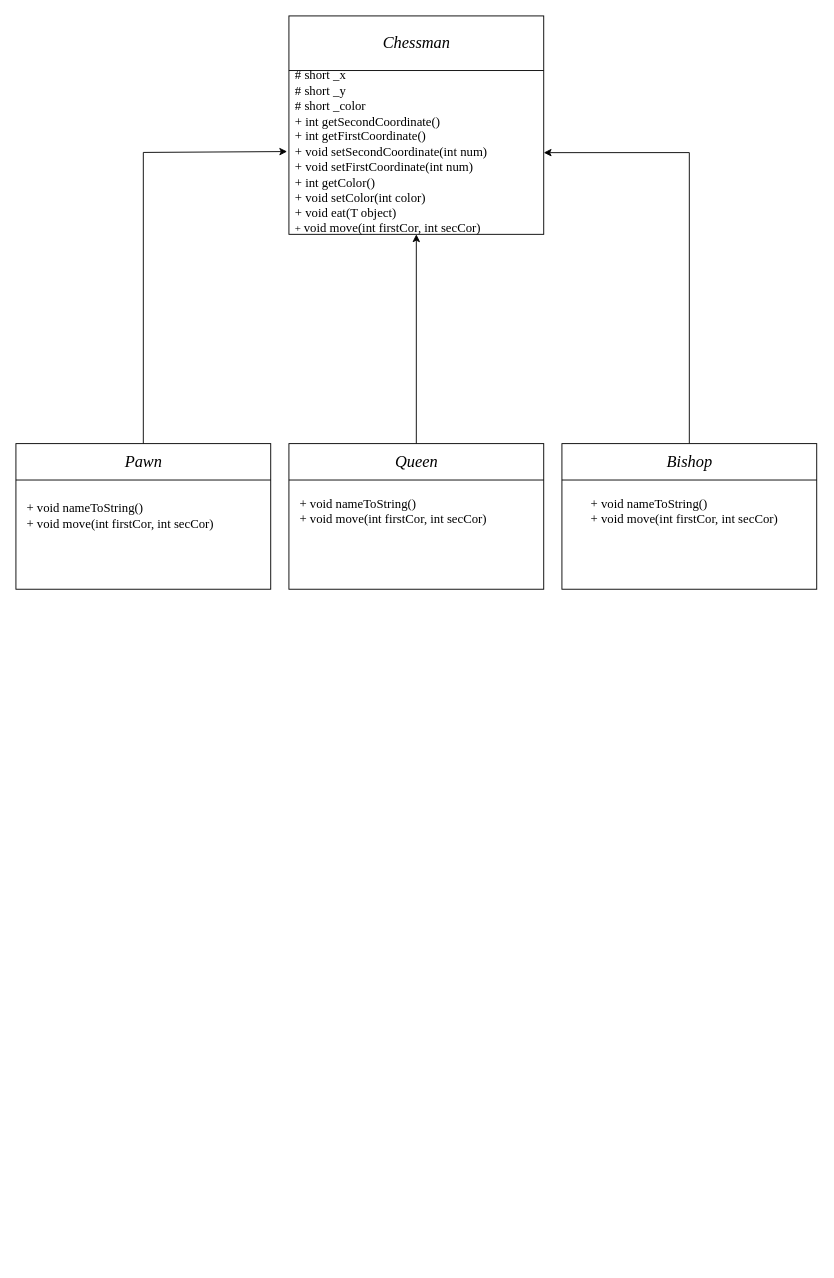
Earlier version of the draw.io diagram v3.drawio (KartoonYoko/Lab4). Source tidied: cells renumbered, new cells numbered last; positions are measured from the earlier drawing's top-left corner, leaving out a move shared by most shapes. Both pictures are drawn from the tidied source at 91%, with x=0, y=0 at pixel (15, 15).
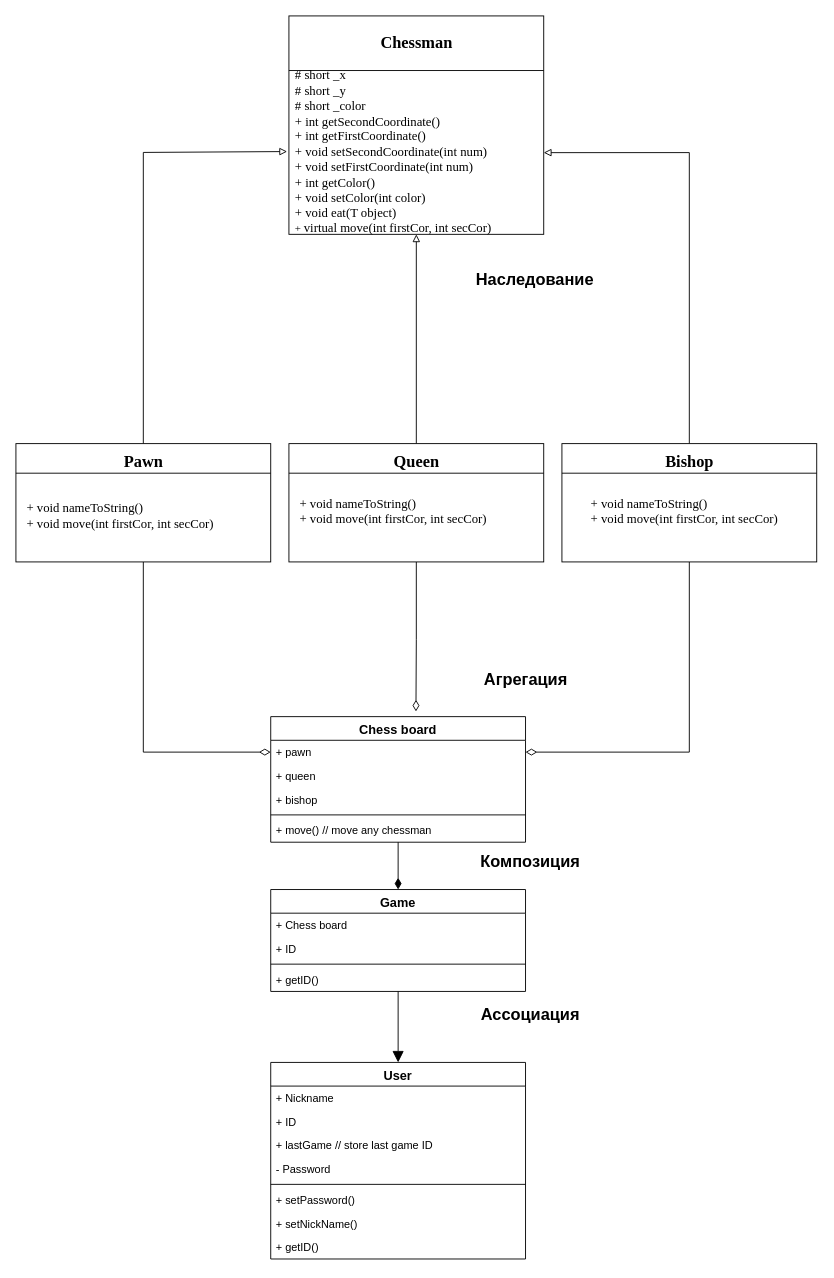
Above is the later version.

The change refers to these unchanged cells:
```xml
<mxCell id="4" style="rounded=0;whiteSpace=wrap;html=1;" parent="1" vertex="1">
  <mxGeometry x="300" width="280" height="240" as="geometry" />
</mxCell>
```

What changed in the source:
```diff
@@
-    <mxCell id="2" style="edgeStyle=orthogonalEdgeStyle;rounded=0;jettySize=auto;html=1;entryX=0.5;entryY=1;entryDx=0;entryDy=0;" parent="1" edge="1" source="3" target="4">
+    <mxCell id="2" style="edgeStyle=orthogonalEdgeStyle;rounded=0;jettySize=auto;html=1;entryX=0.5;entryY=1;entryDx=0;entryDy=0;endArrow=block;endFill=0;" parent="1" edge="1" source="3" target="4">
       <mxGeometry relative="1" as="geometry" />
     </mxCell>
+    <mxCell id="21" style="edgeStyle=orthogonalEdgeStyle;rounded=0;jettySize=auto;html=1;fontSize=14;entryX=0.57;entryY=-0.041;entryDx=0;entryDy=0;entryPerimeter=0;endArrow=diamondThin;endFill=0;endSize=10;" parent="1" edge="1" source="3" target="34">
+      <mxGeometry relative="1" as="geometry" />
+    </mxCell>
     <mxCell id="3" style="rounded=0;whiteSpace=wrap;html=1;" parent="1" vertex="1">
-      <mxGeometry x="300" y="470" width="280" height="160" as="geometry" />
+      <mxGeometry x="300" y="470" width="280" height="130" as="geometry" />
     </mxCell>
@@
-    <mxCell id="5" style="edgeStyle=orthogonalEdgeStyle;rounded=0;jettySize=auto;html=1;entryX=-0.007;entryY=0.621;entryDx=0;entryDy=0;entryPerimeter=0;" parent="1" edge="1" source="6" target="4">
+    <mxCell id="5" style="edgeStyle=orthogonalEdgeStyle;rounded=0;jettySize=auto;html=1;entryX=-0.007;entryY=0.621;entryDx=0;entryDy=0;entryPerimeter=0;endArrow=block;endFill=0;" parent="1" edge="1" source="6" target="4">
       <mxGeometry relative="1" as="geometry">
         <Array as="points">
           <mxPoint x="140" y="150" />
         </Array>
       </mxGeometry>
     </mxCell>
+    <mxCell id="22" style="edgeStyle=orthogonalEdgeStyle;rounded=0;jettySize=auto;html=1;fontSize=14;entryX=0;entryY=0.5;entryDx=0;entryDy=0;endArrow=diamondThin;endFill=0;endSize=10;" parent="1" edge="1" source="6" target="35">
+      <mxGeometry relative="1" as="geometry" />
+    </mxCell>
     <mxCell id="6" style="rounded=0;whiteSpace=wrap;html=1;" parent="1" vertex="1">
-      <mxGeometry y="470" width="280" height="160" as="geometry" />
+      <mxGeometry y="470" width="280" height="130" as="geometry" />
     </mxCell>
@@
-    <mxCell id="8" value="&lt;font style=&quot;font-size: 18px&quot; face=&quot;Times New Roman&quot;&gt;&lt;i&gt;Chessman&lt;/i&gt;&lt;/font&gt;" style="text;html=1;align=center;verticalAlign=middle;" parent="1" vertex="1">
+    <mxCell id="8" value="&lt;font style=&quot;font-size: 18px&quot; face=&quot;Times New Roman&quot;&gt;&lt;b&gt;Chessman&lt;/b&gt;&lt;/font&gt;" style="text;html=1;align=center;verticalAlign=middle;" parent="1" vertex="1">
       <mxGeometry x="395" y="20" width="90" height="20" as="geometry" />
     </mxCell>
-    <mxCell id="9" value="&lt;font style=&quot;font-size: 18px&quot; face=&quot;Times New Roman&quot;&gt;&lt;i&gt;Pawn&lt;/i&gt;&lt;/font&gt;" style="text;html=1;align=center;verticalAlign=middle;" parent="1" vertex="1">
+    <mxCell id="9" value="&lt;font style=&quot;font-size: 18px&quot; face=&quot;Times New Roman&quot;&gt;&lt;b&gt;Pawn&lt;/b&gt;&lt;/font&gt;" style="text;html=1;align=center;verticalAlign=middle;" parent="1" vertex="1">
       <mxGeometry x="110" y="480" width="60" height="20" as="geometry" />
     </mxCell>
-    <mxCell id="10" style="edgeStyle=orthogonalEdgeStyle;rounded=0;jettySize=auto;html=1;entryX=1;entryY=0.626;entryDx=0;entryDy=0;entryPerimeter=0;" parent="1" edge="1" source="11" target="4">
+    <mxCell id="10" style="edgeStyle=orthogonalEdgeStyle;rounded=0;jettySize=auto;html=1;entryX=1;entryY=0.626;entryDx=0;entryDy=0;entryPerimeter=0;endArrow=block;endFill=0;" parent="1" edge="1" source="11" target="4">
       <mxGeometry relative="1" as="geometry">
         <Array as="points">
           <mxPoint x="740" y="150" />
         </Array>
       </mxGeometry>
     </mxCell>
+    <mxCell id="23" style="edgeStyle=orthogonalEdgeStyle;rounded=0;jettySize=auto;html=1;fontSize=14;entryX=1;entryY=0.5;entryDx=0;entryDy=0;endArrow=diamondThin;endFill=0;endSize=10;" parent="1" edge="1" source="11" target="35">
+      <mxGeometry relative="1" as="geometry" />
+    </mxCell>
     <mxCell id="11" style="rounded=0;whiteSpace=wrap;html=1;" parent="1" vertex="1">
-      <mxGeometry x="600" y="470" width="280" height="160" as="geometry" />
+      <mxGeometry x="600" y="470" width="280" height="130" as="geometry" />
     </mxCell>
@@
-    <mxCell id="13" value="&lt;font style=&quot;font-size: 18px&quot; face=&quot;Times New Roman&quot;&gt;&lt;i&gt;Queen&lt;/i&gt;&lt;/font&gt;" style="text;html=1;align=center;verticalAlign=middle;" parent="1" vertex="1">
-      <mxGeometry x="410" y="480" width="60" height="20" as="geometry" />
+    <mxCell id="13" value="&lt;font style=&quot;font-size: 18px&quot; face=&quot;Times New Roman&quot;&gt;&lt;b&gt;Queen&lt;/b&gt;&lt;/font&gt;" style="text;html=1;align=center;verticalAlign=middle;" parent="1" vertex="1">
+      <mxGeometry x="405" y="480" width="70" height="20" as="geometry" />
     </mxCell>
@@
-    <mxCell id="15" value="&lt;i&gt;&lt;font face=&quot;Times New Roman&quot; style=&quot;font-size: 18px&quot;&gt;Bishop&lt;/font&gt;&lt;/i&gt;" style="text;html=1;align=center;verticalAlign=middle;" parent="1" vertex="1">
+    <mxCell id="15" value="&lt;font face=&quot;Times New Roman&quot; style=&quot;font-size: 18px&quot;&gt;&lt;b&gt;Bishop&lt;/b&gt;&lt;/font&gt;" style="text;html=1;align=center;verticalAlign=middle;" parent="1" vertex="1">
       <mxGeometry x="705" y="480" width="70" height="20" as="geometry" />
     </mxCell>
@@
-    <mxCell id="17" value="&lt;font style=&quot;font-size: 14px&quot; face=&quot;Times New Roman&quot;&gt;# short _x&lt;br&gt;# short _y&lt;br&gt;# short _color&lt;br&gt;+ int getSecondCoordinate()&lt;br&gt;+ int getFirstCoordinate()&lt;br&gt;+&amp;nbsp;&lt;/font&gt;&lt;span style=&quot;font-family: &amp;#34;times new roman&amp;#34; ; font-size: 14px&quot;&gt;void setSecondCoordinate(int num)&lt;/span&gt;&lt;br style=&quot;font-family: &amp;#34;times new roman&amp;#34; ; font-size: 14px&quot;&gt;&lt;span style=&quot;font-family: &amp;#34;times new roman&amp;#34; ; font-size: 14px&quot;&gt;+ void setFirstCoordinate(&lt;/span&gt;&lt;span style=&quot;font-family: &amp;#34;times new roman&amp;#34; ; font-size: 14px&quot;&gt;int num&lt;/span&gt;&lt;span style=&quot;font-family: &amp;#34;times new roman&amp;#34; ; font-size: 14px&quot;&gt;)&lt;br&gt;&lt;/span&gt;&lt;font face=&quot;Times New Roman&quot;&gt;&lt;font style=&quot;font-size: 14px&quot;&gt;+ int getColor()&lt;br&gt;+ void setColor(int color)&lt;br&gt;&lt;/font&gt;&lt;/font&gt;&lt;span style=&quot;font-family: &amp;#34;times new roman&amp;#34; ; font-size: 14px&quot;&gt;+ void eat(T object)&lt;br&gt;&lt;/span&gt;&lt;font face=&quot;Times New Roman&quot;&gt;+&amp;nbsp;&lt;/font&gt;&lt;span style=&quot;font-family: &amp;#34;times new roman&amp;#34; ; font-size: 14px&quot;&gt;void move(&lt;/span&gt;&lt;span style=&quot;font-family: &amp;#34;times new roman&amp;#34; ; font-size: 14px&quot;&gt;int firstCor, int secCor&lt;/span&gt;&lt;span style=&quot;font-family: &amp;#34;times new roman&amp;#34; ; font-size: 14px&quot;&gt;)&lt;/span&gt;&lt;font face=&quot;Times New Roman&quot;&gt;&lt;br&gt;&lt;/font&gt;" style="text;html=1;align=left;verticalAlign=middle;" parent="1" vertex="1">
+    <mxCell id="17" value="&lt;font face=&quot;Times New Roman&quot;&gt;&lt;font style=&quot;font-size: 14px&quot;&gt;# short _x&lt;br&gt;# short _y&lt;br&gt;# short _color&lt;br&gt;+ int getSecondCoordinate()&lt;br&gt;+ int getFirstCoordinate()&lt;br&gt;+&amp;nbsp;&lt;/font&gt;&lt;span style=&quot;font-size: 14px&quot;&gt;void setSecondCoordinate(int num)&lt;/span&gt;&lt;br style=&quot;font-size: 14px&quot;&gt;&lt;span style=&quot;font-size: 14px&quot;&gt;+ void setFirstCoordinate(&lt;/span&gt;&lt;span style=&quot;font-size: 14px&quot;&gt;int num&lt;/span&gt;&lt;span style=&quot;font-size: 14px&quot;&gt;)&lt;br&gt;&lt;/span&gt;&lt;font style=&quot;font-size: 14px&quot;&gt;+ int getColor()&lt;br&gt;+ void setColor(int color)&lt;br&gt;&lt;/font&gt;&lt;span style=&quot;font-size: 14px&quot;&gt;+ void eat(T object)&lt;br&gt;&lt;/span&gt;+&amp;nbsp;&lt;span style=&quot;font-size: 14px&quot;&gt;virtual move(&lt;/span&gt;&lt;span style=&quot;font-size: 14px&quot;&gt;int firstCor, int secCor&lt;/span&gt;&lt;span style=&quot;font-size: 14px&quot;&gt;)&lt;/span&gt;&lt;br&gt;&lt;/font&gt;" style="text;html=1;align=left;verticalAlign=middle;" parent="1" vertex="1">
       <mxGeometry x="305" y="70" width="230" height="160" as="geometry" />
     </mxCell>
@@
+    <mxCell id="24" value="User" style="swimlane;fontStyle=1;align=center;verticalAlign=top;horizontal=1;startSize=26;fontSize=14;" parent="1" vertex="1">
+      <mxGeometry x="280" y="1150" width="280" height="216" as="geometry" />
+    </mxCell>
+    <mxCell id="25" value="+ Nickname" style="text;strokeColor=none;fillColor=none;align=left;verticalAlign=top;spacingLeft=4;spacingRight=4;overflow=hidden;" parent="24" vertex="1">
+      <mxGeometry y="26" width="280" height="26" as="geometry" />
+    </mxCell>
+    <mxCell id="26" value="+ ID" style="text;strokeColor=none;fillColor=none;align=left;verticalAlign=top;spacingLeft=4;spacingRight=4;overflow=hidden;" parent="24" vertex="1">
+      <mxGeometry y="52" width="280" height="26" as="geometry" />
+    </mxCell>
+    <mxCell id="27" value="+ lastGame // store last game ID" style="text;strokeColor=none;fillColor=none;align=left;verticalAlign=top;spacingLeft=4;spacingRight=4;overflow=hidden;" parent="24" vertex="1">
+      <mxGeometry y="78" width="280" height="26" as="geometry" />
+    </mxCell>
+    <mxCell id="28" value="- Password" style="text;strokeColor=none;fillColor=none;align=left;verticalAlign=top;spacingLeft=4;spacingRight=4;overflow=hidden;" parent="24" vertex="1">
+      <mxGeometry y="104" width="280" height="26" as="geometry" />
+    </mxCell>
+    <mxCell id="29" style="line;strokeWidth=1;fillColor=none;align=left;verticalAlign=middle;spacingTop=-1;spacingLeft=3;spacingRight=3;labelPosition=right;" parent="24" vertex="1">
+      <mxGeometry y="130" width="280" height="8" as="geometry" />
+    </mxCell>
+    <mxCell id="30" value="+ setPassword()&#10;" style="text;strokeColor=none;fillColor=none;align=left;verticalAlign=top;spacingLeft=4;spacingRight=4;overflow=hidden;" parent="24" vertex="1">
+      <mxGeometry y="138" width="280" height="26" as="geometry" />
+    </mxCell>
+    <mxCell id="31" value="+ setNickName()" style="text;strokeColor=none;fillColor=none;align=left;verticalAlign=top;spacingLeft=4;spacingRight=4;overflow=hidden;" parent="24" vertex="1">
+      <mxGeometry y="164" width="280" height="26" as="geometry" />
+    </mxCell>
+    <mxCell id="32" value="+ getID()&#10;" style="text;strokeColor=none;fillColor=none;align=left;verticalAlign=top;spacingLeft=4;spacingRight=4;overflow=hidden;" parent="24" vertex="1">
+      <mxGeometry y="190" width="280" height="26" as="geometry" />
+    </mxCell>
+    <mxCell id="33" style="edgeStyle=orthogonalEdgeStyle;rounded=0;jettySize=auto;html=1;endArrow=diamondThin;endFill=1;endSize=10;fontSize=14;entryX=0.5;entryY=0;entryDx=0;entryDy=0;" parent="1" edge="1" source="34" target="43">
+      <mxGeometry relative="1" as="geometry" />
+    </mxCell>
+    <mxCell id="34" value="Chess board" style="swimlane;fontStyle=1;align=center;verticalAlign=top;horizontal=1;startSize=26;fontSize=14;" parent="1" vertex="1">
+      <mxGeometry x="280" y="770" width="280" height="138" as="geometry" />
+    </mxCell>
+    <mxCell id="35" value="+ pawn&#10;" style="text;strokeColor=none;fillColor=none;align=left;verticalAlign=top;spacingLeft=4;spacingRight=4;overflow=hidden;points=[[0,0.5],[1,0.5]];portConstraint=eastwest;" parent="34" vertex="1">
+      <mxGeometry y="26" width="280" height="26" as="geometry" />
+    </mxCell>
+    <mxCell id="36" value="+ queen" style="text;strokeColor=none;fillColor=none;align=left;verticalAlign=top;spacingLeft=4;spacingRight=4;overflow=hidden;" parent="34" vertex="1">
+      <mxGeometry y="52" width="280" height="26" as="geometry" />
+    </mxCell>
+    <mxCell id="37" value="+ bishop" style="text;strokeColor=none;fillColor=none;align=left;verticalAlign=top;spacingLeft=4;spacingRight=4;overflow=hidden;" parent="34" vertex="1">
+      <mxGeometry y="78" width="280" height="26" as="geometry" />
+    </mxCell>
+    <mxCell id="38" style="line;strokeWidth=1;fillColor=none;align=left;verticalAlign=middle;spacingTop=-1;spacingLeft=3;spacingRight=3;labelPosition=right;" parent="34" vertex="1">
+      <mxGeometry y="104" width="280" height="8" as="geometry" />
+    </mxCell>
+    <mxCell id="39" value="+ move() // move any chessman" style="text;strokeColor=none;fillColor=none;align=left;verticalAlign=top;spacingLeft=4;spacingRight=4;overflow=hidden;" parent="34" vertex="1">
+      <mxGeometry y="112" width="280" height="26" as="geometry" />
+    </mxCell>
+    <mxCell id="40" value="&lt;b&gt;&lt;font style=&quot;font-size: 18px&quot;&gt;Агрегация&lt;/font&gt;&lt;/b&gt;" style="text;html=1;align=center;verticalAlign=middle;fontSize=14;" parent="1" vertex="1">
+      <mxGeometry x="505" y="720" width="110" height="20" as="geometry" />
+    </mxCell>
+    <mxCell id="41" value="&lt;b&gt;&lt;font style=&quot;font-size: 18px&quot;&gt;Наследование&lt;/font&gt;&lt;/b&gt;" style="text;html=1;align=center;verticalAlign=middle;fontSize=14;" parent="1" vertex="1">
+      <mxGeometry x="500" y="280" width="140" height="20" as="geometry" />
+    </mxCell>
+    <mxCell id="42" style="edgeStyle=orthogonalEdgeStyle;rounded=0;jettySize=auto;html=1;endArrow=block;endFill=1;endSize=10;fontSize=14;entryX=0.5;entryY=0;entryDx=0;entryDy=0;" parent="1" edge="1" source="43" target="24">
+      <mxGeometry relative="1" as="geometry" />
+    </mxCell>
+    <mxCell id="43" value="Game" style="swimlane;fontStyle=1;align=center;verticalAlign=top;horizontal=1;startSize=26;fontSize=14;" parent="1" vertex="1">
+      <mxGeometry x="280" y="960" width="280" height="112" as="geometry" />
+    </mxCell>
+    <mxCell id="44" value="+ Chess board" style="text;strokeColor=none;fillColor=none;align=left;verticalAlign=top;spacingLeft=4;spacingRight=4;overflow=hidden;" parent="43" vertex="1">
+      <mxGeometry y="26" width="280" height="26" as="geometry" />
+    </mxCell>
+    <mxCell id="45" value="+ ID" style="text;strokeColor=none;fillColor=none;align=left;verticalAlign=top;spacingLeft=4;spacingRight=4;overflow=hidden;" parent="43" vertex="1">
+      <mxGeometry y="52" width="280" height="26" as="geometry" />
+    </mxCell>
+    <mxCell id="46" style="line;strokeWidth=1;fillColor=none;align=left;verticalAlign=middle;spacingTop=-1;spacingLeft=3;spacingRight=3;labelPosition=right;" parent="43" vertex="1">
+      <mxGeometry y="78" width="280" height="8" as="geometry" />
+    </mxCell>
+    <mxCell id="47" value="+ getID()&#10;" style="text;strokeColor=none;fillColor=none;align=left;verticalAlign=top;spacingLeft=4;spacingRight=4;overflow=hidden;" parent="43" vertex="1">
+      <mxGeometry y="86" width="280" height="26" as="geometry" />
+    </mxCell>
+    <mxCell id="48" value="&lt;span style=&quot;font-size: 18px&quot;&gt;&lt;b&gt;Композиция&lt;/b&gt;&lt;/span&gt;" style="text;html=1;align=center;verticalAlign=middle;fontSize=14;" parent="1" vertex="1">
+      <mxGeometry x="505" y="920" width="120" height="20" as="geometry" />
+    </mxCell>
+    <mxCell id="49" value="&lt;span style=&quot;font-size: 18px&quot;&gt;&lt;b&gt;Ассоциация&lt;/b&gt;&lt;/span&gt;" style="text;html=1;align=center;verticalAlign=middle;fontSize=14;" parent="1" vertex="1">
+      <mxGeometry x="505" y="1088" width="120" height="20" as="geometry" />
+    </mxCell>
```
